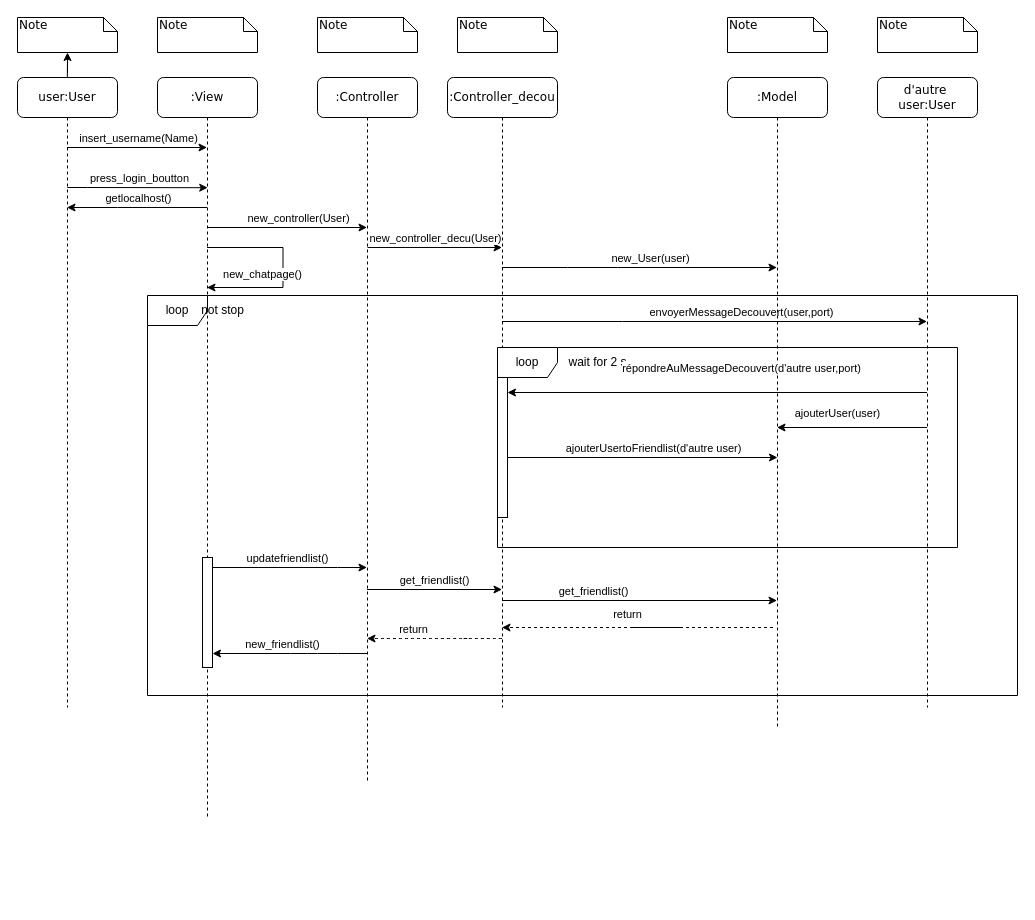
The draw.io diagram doc/uml/sequence connection.drawio in yzhan2911/chatsysteme, before the edit. Source tidied: cells renumbered, new cells numbered last; positions are measured from the earlier drawing's top-left corner, leaving out a move shared by most shapes. Both pictures are drawn from the tidied source at 100%, with x=0, y=0 at pixel (17, 17).
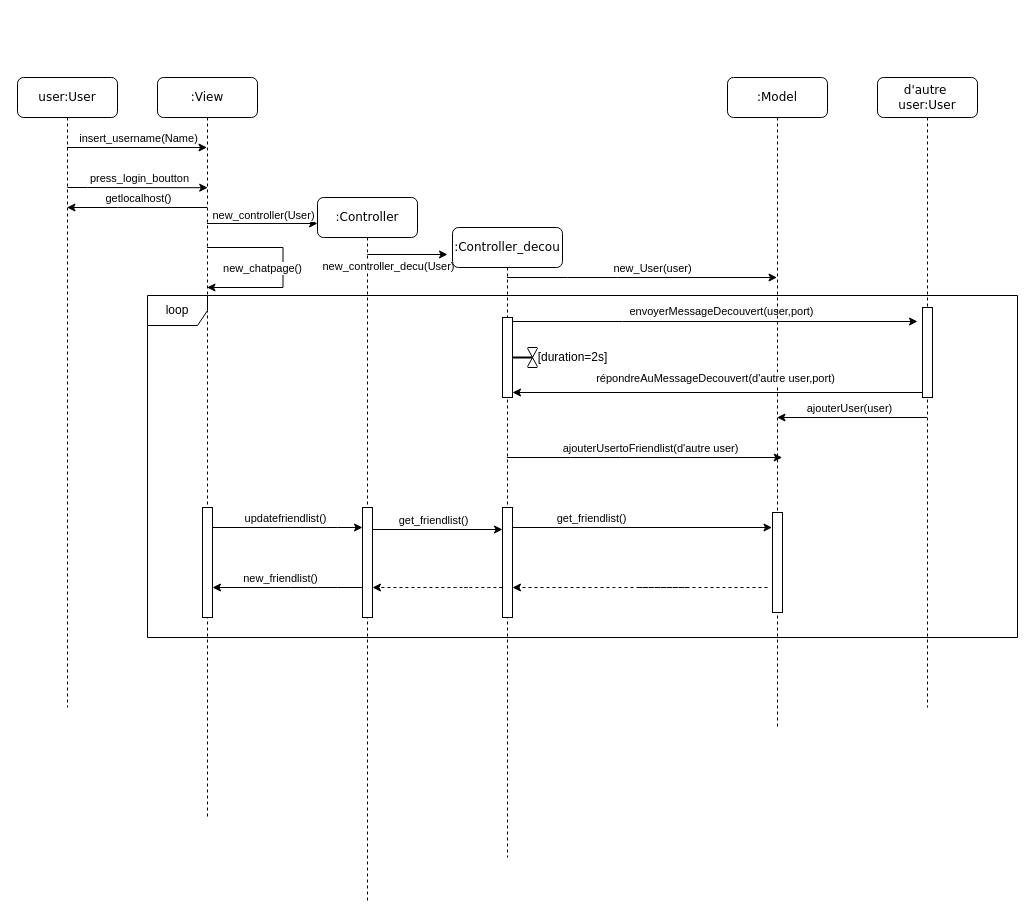
The same diagram, later.

Commit message (it also covers changes not shown here):
update diagramme de sequence

The change refers to these unchanged cells:
```xml
<mxCell id="2" value=":View" style="shape=umlLifeline;perimeter=lifelinePerimeter;whiteSpace=wrap;html=1;outlineConnect=0;rounded=1;shadow=0;comic=0;labelBackgroundColor=none;strokeWidth=1;fontFamily=Verdana;fontSize=12;align=center;" parent="1" vertex="1">
  <mxGeometry x="140" y="60" width="100" height="740" as="geometry" />
</mxCell>
<mxCell id="10" value="user:User" style="shape=umlLifeline;perimeter=lifelinePerimeter;whiteSpace=wrap;html=1;outlineConnect=0;rounded=1;shadow=0;comic=0;labelBackgroundColor=none;strokeWidth=1;fontFamily=Verdana;fontSize=12;align=center;" parent="1" vertex="1">
  <mxGeometry y="60" width="100" height="630" as="geometry" />
</mxCell>
<mxCell id="38" value=":Model" style="shape=umlLifeline;perimeter=lifelinePerimeter;whiteSpace=wrap;html=1;outlineConnect=0;rounded=1;shadow=0;comic=0;labelBackgroundColor=none;strokeWidth=1;fontFamily=Verdana;fontSize=12;align=center;" parent="1" vertex="1">
  <mxGeometry x="710" y="60" width="100" height="650" as="geometry" />
</mxCell>
<mxCell id="45" style="endArrow=classic;html=1;rounded=0;" parent="1" edge="1">
  <mxGeometry relative="1" as="geometry">
    <mxPoint x="189.5" y="230" as="sourcePoint" />
    <mxPoint x="189.5" y="270" as="targetPoint" />
    <Array as="points">
      <mxPoint x="265.5" y="230" />
      <mxPoint x="265.5" y="270" />
    </Array>
  </mxGeometry>
</mxCell>
<mxCell id="49" value="d'autre&amp;nbsp; user:User" style="shape=umlLifeline;perimeter=lifelinePerimeter;whiteSpace=wrap;html=1;outlineConnect=0;rounded=1;shadow=0;comic=0;labelBackgroundColor=none;strokeWidth=1;fontFamily=Verdana;fontSize=12;align=center;" parent="1" vertex="1">
  <mxGeometry x="860" y="60" width="100" height="630" as="geometry" />
</mxCell>
```

What changed in the source:
```diff
@@
     <mxCell id="3" style="html=1;points=[[0,0,0,0,5],[0,1,0,0,-5],[1,0,0,0,5],[1,1,0,0,-5]];perimeter=orthogonalPerimeter;outlineConnect=0;targetShapes=umlLifeline;portConstraint=eastwest;newEdgeStyle={&quot;curved&quot;:0,&quot;rounded&quot;:0};" parent="2" vertex="1">
-      <mxGeometry x="45" y="480" width="10" height="110" as="geometry" />
+      <mxGeometry x="45" y="430" width="10" height="110" as="geometry" />
     </mxCell>
-    <mxCell id="4" style="endArrow=classic;html=1;rounded=0;" parent="2" edge="1" target="6">
+    <mxCell id="4" style="endArrow=classic;html=1;rounded=0;" parent="2" edge="1">
       <mxGeometry relative="1" as="geometry">
-        <mxPoint x="55" y="490" as="sourcePoint" />
+        <mxPoint x="55" y="450" as="sourcePoint" />
+        <mxPoint x="205" y="450" as="targetPoint" />
         <Array as="points">
-          <mxPoint x="180" y="490" />
+          <mxPoint x="180" y="450" />
         </Array>
       </mxGeometry>
     </mxCell>
@@
     <mxCell id="6" value=":Controller " style="shape=umlLifeline;perimeter=lifelinePerimeter;whiteSpace=wrap;html=1;outlineConnect=0;rounded=1;shadow=0;comic=0;labelBackgroundColor=none;strokeWidth=1;fontFamily=Verdana;fontSize=12;align=center;" parent="1" vertex="1">
-      <mxGeometry x="300" y="60" width="100" height="705" as="geometry" />
+      <mxGeometry x="300" y="180" width="100" height="705" as="geometry" />
     </mxCell>
+    <mxCell id="22" style="endArrow=classic;html=1;rounded=0;" parent="6" edge="1">
+      <mxGeometry relative="1" as="geometry">
+        <mxPoint x="49.8" y="57" as="sourcePoint" />
+        <mxPoint x="130" y="57" as="targetPoint" />
+      </mxGeometry>
+    </mxCell>
+    <mxCell id="23" value="&lt;div&gt;new_controller_decu(User)&lt;/div&gt;" style="edgeLabel;html=1;align=center;verticalAlign=middle;" parent="22" vertex="1">
+      <mxGeometry x="0.22" y="-2" relative="1" as="geometry">
+        <mxPoint x="-28" y="9" as="offset" />
+      </mxGeometry>
+    </mxCell>
+    <mxCell id="55" style="html=1;points=[[0,0,0,0,5],[0,1,0,0,-5],[1,0,0,0,5],[1,1,0,0,-5]];perimeter=orthogonalPerimeter;outlineConnect=0;targetShapes=umlLifeline;portConstraint=eastwest;newEdgeStyle={&quot;curved&quot;:0,&quot;rounded&quot;:0};" parent="6" vertex="1">
+      <mxGeometry x="45" y="310" width="10" height="110" as="geometry" />
+    </mxCell>
     <mxCell id="7" value=":Controller_decou" style="shape=umlLifeline;perimeter=lifelinePerimeter;whiteSpace=wrap;html=1;outlineConnect=0;rounded=1;shadow=0;comic=0;labelBackgroundColor=none;strokeWidth=1;fontFamily=Verdana;fontSize=12;align=center;" parent="1" vertex="1">
-      <mxGeometry x="430" y="60" width="110" height="630" as="geometry" />
+      <mxGeometry x="435" y="210" width="110" height="630" as="geometry" />
     </mxCell>
-    <mxCell id="8" style="html=1;points=[[0,0,0,0,5],[0,1,0,0,-5],[1,0,0,0,5],[1,1,0,0,-5]];perimeter=orthogonalPerimeter;outlineConnect=0;targetShapes=umlLifeline;portConstraint=eastwest;newEdgeStyle={&quot;curved&quot;:0,&quot;rounded&quot;:0};" parent="7" vertex="1">
-      <mxGeometry x="50" y="290" width="10" height="150" as="geometry" />
-    </mxCell>
-    <mxCell id="9" style="edgeStyle=orthogonalEdgeStyle;rounded=0;jettySize=auto;html=1;" parent="1" edge="1" source="10" target="11">
-      <mxGeometry relative="1" as="geometry" />
-    </mxCell>
@@
-    <mxCell id="11" value="Note" style="shape=note;whiteSpace=wrap;html=1;size=14;verticalAlign=top;align=left;spacingTop=-6;rounded=0;shadow=0;comic=0;labelBackgroundColor=none;strokeWidth=1;fontFamily=Verdana;fontSize=12;" parent="1" vertex="1">
-      <mxGeometry width="100" height="35" as="geometry" />
-    </mxCell>
-    <mxCell id="12" value="Note" style="shape=note;whiteSpace=wrap;html=1;size=14;verticalAlign=top;align=left;spacingTop=-6;rounded=0;shadow=0;comic=0;labelBackgroundColor=none;strokeWidth=1;fontFamily=Verdana;fontSize=12;" parent="1" vertex="1">
-      <mxGeometry x="140" width="100" height="35" as="geometry" />
-    </mxCell>
-    <mxCell id="13" value="Note" style="shape=note;whiteSpace=wrap;html=1;size=14;verticalAlign=top;align=left;spacingTop=-6;rounded=0;shadow=0;comic=0;labelBackgroundColor=none;strokeWidth=1;fontFamily=Verdana;fontSize=12;" parent="1" vertex="1">
-      <mxGeometry x="300" width="100" height="35" as="geometry" />
-    </mxCell>
-    <mxCell id="14" value="Note" style="shape=note;whiteSpace=wrap;html=1;size=14;verticalAlign=top;align=left;spacingTop=-6;rounded=0;shadow=0;comic=0;labelBackgroundColor=none;strokeWidth=1;fontFamily=Verdana;fontSize=12;" parent="1" vertex="1">
-      <mxGeometry x="440" width="100" height="35" as="geometry" />
-    </mxCell>
@@
-    <mxCell id="17" value="Note" style="shape=note;whiteSpace=wrap;html=1;size=14;verticalAlign=top;align=left;spacingTop=-6;rounded=0;shadow=0;comic=0;labelBackgroundColor=none;strokeWidth=1;fontFamily=Verdana;fontSize=12;" parent="1" vertex="1">
-      <mxGeometry x="710" width="100" height="35" as="geometry" />
-    </mxCell>
     <mxCell id="18" style="endArrow=classic;html=1;rounded=0;" parent="1" edge="1">
       <mxGeometry relative="1" as="geometry">
-        <mxPoint x="189.5" y="210" as="sourcePoint" />
-        <mxPoint x="349.5" y="210" as="targetPoint" />
+        <mxPoint x="189.5" y="206" as="sourcePoint" />
+        <mxPoint x="300" y="206" as="targetPoint" />
       </mxGeometry>
     </mxCell>
     <mxCell id="19" value="&lt;div&gt;new_controller(User)&lt;/div&gt;" style="edgeLabel;html=1;align=center;verticalAlign=middle;" parent="18" vertex="1">
       <mxGeometry x="0.22" y="-2" relative="1" as="geometry">
-        <mxPoint x="-7" y="-12" as="offset" />
+        <mxPoint x="-11" y="-11" as="offset" />
       </mxGeometry>
     </mxCell>
@@
-    <mxCell id="22" style="endArrow=classic;html=1;rounded=0;" parent="1" edge="1" target="7">
-      <mxGeometry relative="1" as="geometry">
-        <mxPoint x="350" y="230" as="sourcePoint" />
-      </mxGeometry>
-    </mxCell>
-    <mxCell id="23" value="&lt;div&gt;new_controller_decu(User)&lt;/div&gt;" style="edgeLabel;html=1;align=center;verticalAlign=middle;" parent="22" vertex="1">
-      <mxGeometry x="0.22" y="-2" relative="1" as="geometry">
-        <mxPoint x="-15" y="-12" as="offset" />
-      </mxGeometry>
-    </mxCell>
-    <mxCell id="24" style="endArrow=classic;html=1;rounded=0;" parent="1" edge="1" source="7" target="38">
+    <mxCell id="24" style="endArrow=classic;html=1;rounded=0;" parent="1" edge="1" source="7">
       <mxGeometry relative="1" as="geometry">
+        <mxPoint x="759.5" y="260" as="targetPoint" />
         <Array as="points">
-          <mxPoint x="550" y="250" />
-          <mxPoint x="600" y="250" />
+          <mxPoint x="550" y="260" />
+          <mxPoint x="600" y="260" />
         </Array>
       </mxGeometry>
     </mxCell>
@@
-    <mxCell id="26" style="endArrow=classic;html=1;rounded=0;" parent="1" edge="1" target="49">
+    <mxCell id="26" style="endArrow=classic;html=1;rounded=0;" parent="1" edge="1" source="7">
       <mxGeometry relative="1" as="geometry">
-        <mxPoint x="484.5" y="304" as="sourcePoint" />
+        <mxPoint x="900" y="304" as="targetPoint" />
         <Array as="points">
           <mxPoint x="605" y="304" />
         </Array>
       </mxGeometry>
     </mxCell>
     <mxCell id="27" value="envoyerMessageDecouvert(user,port)" style="edgeLabel;html=1;align=center;verticalAlign=middle;" parent="26" vertex="1">
       <mxGeometry x="0.22" y="-2" relative="1" as="geometry">
-        <mxPoint x="-20" y="-12" as="offset" />
+        <mxPoint x="-36" y="-13" as="offset" />
       </mxGeometry>
     </mxCell>
-    <mxCell id="28" value="loop" style="shape=umlFrame;whiteSpace=wrap;html=1;" parent="1" vertex="1">
-      <mxGeometry x="480" y="330" width="460" height="200" as="geometry" />
-    </mxCell>
-    <mxCell id="29" style="endArrow=classic;html=1;rounded=0;" parent="1" edge="1" source="8">
+    <mxCell id="29" style="endArrow=classic;html=1;rounded=0;" parent="1" edge="1" source="7">
       <mxGeometry relative="1" as="geometry">
-        <mxPoint x="760" y="440" as="targetPoint" />
+        <mxPoint x="764.7" y="440" as="targetPoint" />
         <Array as="points">
-          <mxPoint x="552.5" y="440" />
-          <mxPoint x="602.5" y="440" />
+          <mxPoint x="552.9" y="440" />
+          <mxPoint x="602.9" y="440" />
         </Array>
       </mxGeometry>
     </mxCell>
     <mxCell id="30" value="ajouterUsertoFriendlist(d'autre user)" style="edgeLabel;html=1;align=center;verticalAlign=middle;" parent="29" vertex="1">
       <mxGeometry x="0.22" y="-2" relative="1" as="geometry">
-        <mxPoint x="-20" y="-12" as="offset" />
+        <mxPoint x="-25" y="-12" as="offset" />
       </mxGeometry>
     </mxCell>
-    <mxCell id="31" value="wait for 2 s" style="text;html=1;align=center;verticalAlign=middle;strokeColor=none;fillColor=none;" parent="1" vertex="1">
-      <mxGeometry x="540" y="330" width="80" height="30" as="geometry" />
+    <mxCell id="31" value="[duration=2s]" style="text;html=1;align=center;verticalAlign=middle;strokeColor=none;fillColor=none;" parent="1" vertex="1">
+      <mxGeometry x="510" y="325" width="90" height="30" as="geometry" />
     </mxCell>
@@
-    <mxCell id="34" style="endArrow=classic;html=1;rounded=0;" parent="1" edge="1" target="3">
+    <mxCell id="34" style="endArrow=classic;html=1;rounded=0;" parent="1" edge="1" source="55">
       <mxGeometry relative="1" as="geometry">
-        <mxPoint x="349.5" y="636" as="sourcePoint" />
+        <mxPoint x="195" y="570" as="targetPoint" />
         <Array as="points">
-          <mxPoint x="320" y="636" />
-          <mxPoint x="300" y="636" />
-          <mxPoint x="290" y="636" />
-          <mxPoint x="273" y="636" />
+          <mxPoint x="320" y="570" />
+          <mxPoint x="300" y="570" />
+          <mxPoint x="290" y="570" />
+          <mxPoint x="273" y="570" />
         </Array>
       </mxGeometry>
     </mxCell>
@@
-    <mxCell id="36" style="endArrow=classic;html=1;rounded=0;" parent="1" edge="1">
+    <mxCell id="36" style="endArrow=classic;html=1;rounded=0;" parent="1" edge="1" source="55">
       <mxGeometry relative="1" as="geometry">
-        <mxPoint x="349.5" y="572" as="sourcePoint" />
-        <mxPoint x="484.5" y="572" as="targetPoint" />
+        <mxPoint x="485" y="512" as="targetPoint" />
         <Array as="points">
-          <mxPoint x="428.5" y="572" />
-          <mxPoint x="446" y="572" />
-          <mxPoint x="478.5" y="572" />
-          <mxPoint x="406" y="572" />
+          <mxPoint x="429" y="512" />
+          <mxPoint x="446.5" y="512" />
+          <mxPoint x="479" y="512" />
+          <mxPoint x="406.5" y="512" />
         </Array>
       </mxGeometry>
     </mxCell>
@@
+    <mxCell id="56" style="html=1;perimeter=orthogonalPerimeter;targetShapes=umlLifeline;newEdgeStyle={&quot;curved&quot;:0,&quot;rounded&quot;:0};" parent="38" vertex="1">
+      <mxGeometry x="45" y="435" width="10" height="100" as="geometry" />
+    </mxCell>
     <mxCell id="39" style="endArrow=classic;html=1;rounded=0;" parent="1" edge="1">
       <mxGeometry relative="1" as="geometry">
-        <mxPoint x="484.5" y="583" as="sourcePoint" />
-        <mxPoint x="759.5" y="583" as="targetPoint" />
+        <mxPoint x="485" y="510" as="sourcePoint" />
+        <mxPoint x="754.5" y="510" as="targetPoint" />
         <Array as="points">
-          <mxPoint x="609" y="583" />
-          <mxPoint x="626.5" y="583" />
-          <mxPoint x="659" y="583" />
-          <mxPoint x="586.5" y="583" />
+          <mxPoint x="604" y="510" />
+          <mxPoint x="621.5" y="510" />
+          <mxPoint x="654" y="510" />
+          <mxPoint x="581.5" y="510" />
         </Array>
       </mxGeometry>
     </mxCell>
@@
-    <mxCell id="41" style="endArrow=classic;html=1;rounded=0;dashed=1;" parent="1" edge="1" target="7">
+    <mxCell id="41" style="endArrow=classic;html=1;rounded=0;dashed=1;" parent="1" edge="1">
       <mxGeometry relative="1" as="geometry">
-        <mxPoint x="755.5" y="610" as="sourcePoint" />
+        <mxPoint x="750" y="570" as="sourcePoint" />
+        <mxPoint x="495" y="570" as="targetPoint" />
         <Array as="points">
-          <mxPoint x="614.5" y="610" />
-          <mxPoint x="632" y="610" />
-          <mxPoint x="664.5" y="610" />
-          <mxPoint x="592" y="610" />
+          <mxPoint x="619.7" y="570" />
+          <mxPoint x="637.2" y="570" />
+          <mxPoint x="669.7" y="570" />
+          <mxPoint x="597.2" y="570" />
         </Array>
       </mxGeometry>
     </mxCell>
-    <mxCell id="42" value="return" style="edgeLabel;html=1;align=center;verticalAlign=middle;" parent="41" vertex="1">
-      <mxGeometry x="0.22" y="-2" relative="1" as="geometry">
-        <mxPoint x="-20" y="-12" as="offset" />
-      </mxGeometry>
-    </mxCell>
-    <mxCell id="43" style="endArrow=classic;html=1;curved=1;strokeColor=default;dashed=1;" parent="1" edge="1">
+    <mxCell id="43" style="endArrow=classic;html=1;curved=1;strokeColor=default;dashed=1;" parent="1" edge="1" target="55">
       <mxGeometry relative="1" as="geometry">
-        <mxPoint x="484.5" y="621" as="sourcePoint" />
-        <mxPoint x="349.5" y="621" as="targetPoint" />
+        <mxPoint x="485" y="570" as="sourcePoint" />
         <Array as="points">
-          <mxPoint x="438.5" y="621" />
-          <mxPoint x="456" y="621" />
-          <mxPoint x="416" y="621" />
+          <mxPoint x="439" y="570" />
+          <mxPoint x="456.5" y="570" />
+          <mxPoint x="416.5" y="570" />
         </Array>
       </mxGeometry>
     </mxCell>
-    <mxCell id="44" value="return" style="edgeLabel;html=1;align=center;verticalAlign=middle;" parent="43" vertex="1">
-      <mxGeometry x="0.22" y="-2" relative="1" as="geometry">
-        <mxPoint x="-20" y="-8" as="offset" />
-      </mxGeometry>
-    </mxCell>
@@
     <mxCell id="46" value="new_chatpage()" style="edgeLabel;html=1;align=center;verticalAlign=middle;" parent="45" vertex="1">
       <mxGeometry x="0.22" y="-2" relative="1" as="geometry">
-        <mxPoint x="-20" y="-12" as="offset" />
+        <mxPoint x="-20" y="-18" as="offset" />
       </mxGeometry>
     </mxCell>
     <mxCell id="47" value="loop" style="shape=umlFrame;whiteSpace=wrap;html=1;" parent="1" vertex="1">
-      <mxGeometry x="130" y="278" width="870" height="400" as="geometry" />
+      <mxGeometry x="130" y="278" width="870" height="342" as="geometry" />
     </mxCell>
-    <mxCell id="48" value="not stop" style="text;html=1;align=center;verticalAlign=middle;strokeColor=none;fillColor=none;" parent="1" vertex="1">
-      <mxGeometry x="170" y="278" width="70" height="30" as="geometry" />
-    </mxCell>
@@
-    <mxCell id="50" value="Note" style="shape=note;whiteSpace=wrap;html=1;size=14;verticalAlign=top;align=left;spacingTop=-6;rounded=0;shadow=0;comic=0;labelBackgroundColor=none;strokeWidth=1;fontFamily=Verdana;fontSize=12;" parent="1" vertex="1">
-      <mxGeometry x="860" width="100" height="35" as="geometry" />
-    </mxCell>
+    <mxCell id="57" style="html=1;points=[[0,0,0,0,5],[0,1,0,0,-5],[1,0,0,0,5],[1,1,0,0,-5]];perimeter=orthogonalPerimeter;outlineConnect=0;targetShapes=umlLifeline;portConstraint=eastwest;newEdgeStyle={&quot;curved&quot;:0,&quot;rounded&quot;:0};" parent="49" vertex="1">
+      <mxGeometry x="45" y="230" width="10" height="90" as="geometry" />
+    </mxCell>
-    <mxCell id="51" style="endArrow=classic;html=1;rounded=0;" parent="1" edge="1" source="49" target="8">
-      <mxGeometry relative="1" as="geometry" />
+    <mxCell id="51" style="endArrow=classic;html=1;rounded=0;entryX=1;entryY=0;entryDx=0;entryDy=5;entryPerimeter=0;" parent="1" edge="1" source="57">
+      <mxGeometry relative="1" as="geometry">
+        <mxPoint x="495" y="375" as="targetPoint" />
+      </mxGeometry>
     </mxCell>
     <mxCell id="52" value="&lt;div&gt;répondreAuMessageDecouvert(d'autre user,port)&lt;/div&gt;" style="edgeLabel;html=1;align=center;verticalAlign=middle;" parent="51" vertex="1">
       <mxGeometry x="-0.11" y="-4" relative="1" as="geometry">
-        <mxPoint x="1" y="-21" as="offset" />
+        <mxPoint x="-26" y="-11" as="offset" />
       </mxGeometry>
     </mxCell>
-    <mxCell id="53" style="endArrow=classic;html=1;rounded=0;" parent="1" edge="1">
+    <mxCell id="53" style="endArrow=classic;html=1;rounded=0;" parent="1" edge="1" source="49">
       <mxGeometry relative="1" as="geometry">
-        <mxPoint x="909.5" y="410" as="sourcePoint" />
-        <mxPoint x="759.5" y="410" as="targetPoint" />
+        <mxPoint x="759.5" y="400" as="targetPoint" />
       </mxGeometry>
     </mxCell>
     <mxCell id="54" value="&lt;div&gt;ajouterUser(user)&lt;/div&gt;" style="edgeLabel;html=1;align=center;verticalAlign=middle;" parent="53" vertex="1">
       <mxGeometry x="0.21" relative="1" as="geometry">
-        <mxPoint x="1" y="-15" as="offset" />
+        <mxPoint x="13" y="-10" as="offset" />
       </mxGeometry>
     </mxCell>
+    <mxCell id="58" style="html=1;perimeter=orthogonalPerimeter;targetShapes=umlLifeline;newEdgeStyle={&quot;curved&quot;:0,&quot;rounded&quot;:0};" parent="1" vertex="1">
+      <mxGeometry x="485" y="300" width="10" height="80" as="geometry" />
+    </mxCell>
+    <mxCell id="59" style="verticalLabelPosition=bottom;verticalAlign=top;html=1;shape=mxgraph.flowchart.collate;strokeColor=default;align=center;fontFamily=Helvetica;fontSize=12;fontColor=default;fillColor=default;" parent="1" vertex="1">
+      <mxGeometry x="510" y="330" width="10" height="20" as="geometry" />
+    </mxCell>
+    <mxCell id="60" style="line;strokeWidth=2;html=1;strokeColor=default;align=center;verticalAlign=middle;fontFamily=Helvetica;fontSize=12;fontColor=default;fillColor=default;" parent="1" vertex="1">
+      <mxGeometry x="495" y="335" width="20" height="10" as="geometry" />
+    </mxCell>
+    <mxCell id="61" style="html=1;perimeter=orthogonalPerimeter;targetShapes=umlLifeline;newEdgeStyle={&quot;curved&quot;:0,&quot;rounded&quot;:0};" parent="1" vertex="1">
+      <mxGeometry x="485" y="490" width="10" height="110" as="geometry" />
+    </mxCell>
```
